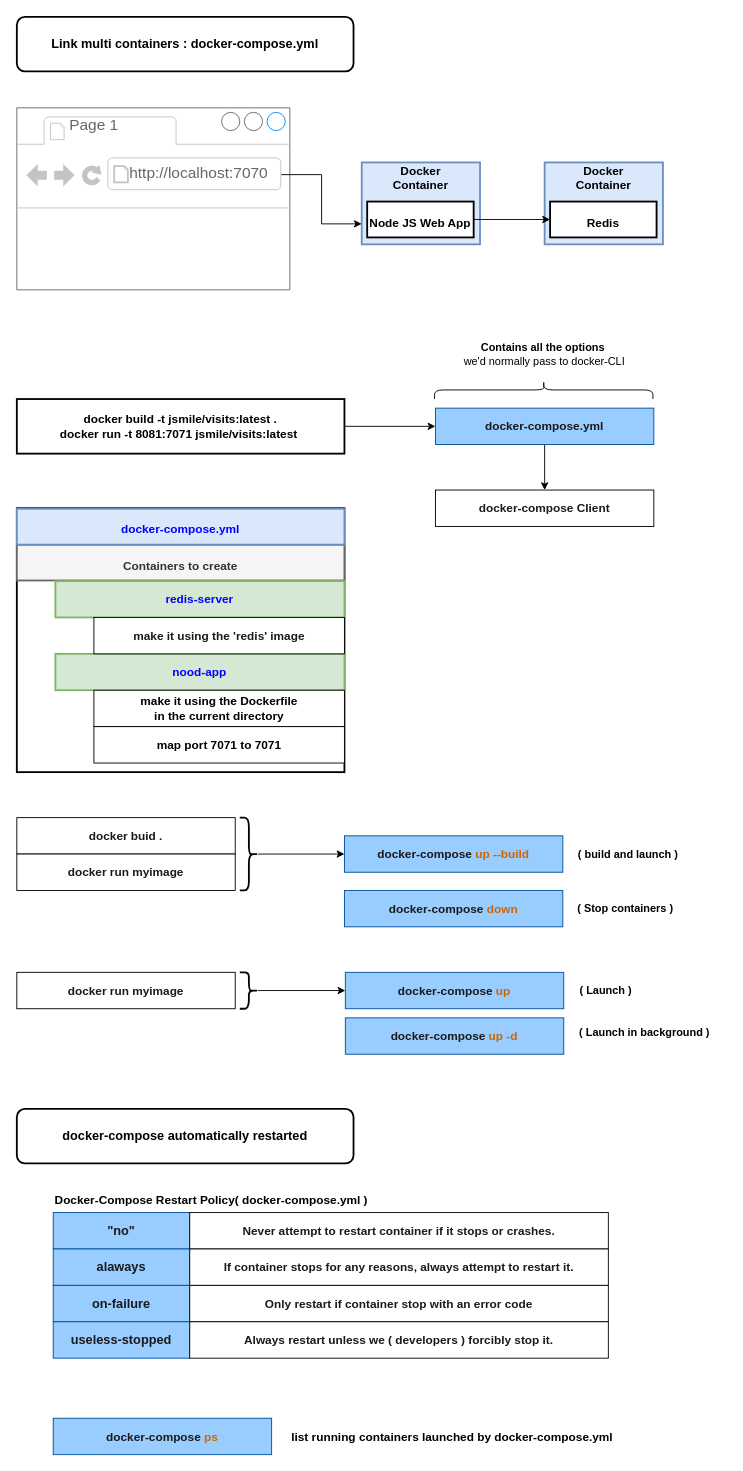
jsmile/docker-kubernetes keeps this draw.io diagram as 4_link-two-containers.drawio. Above is the earlier version. Source tidied: cells renumbered, new cells numbered last; positions are measured from the earlier drawing's top-left corner, leaving out a move shared by most shapes. Both pictures are drawn from the tidied source at 91%, with x=0, y=0 at pixel (16, 16).
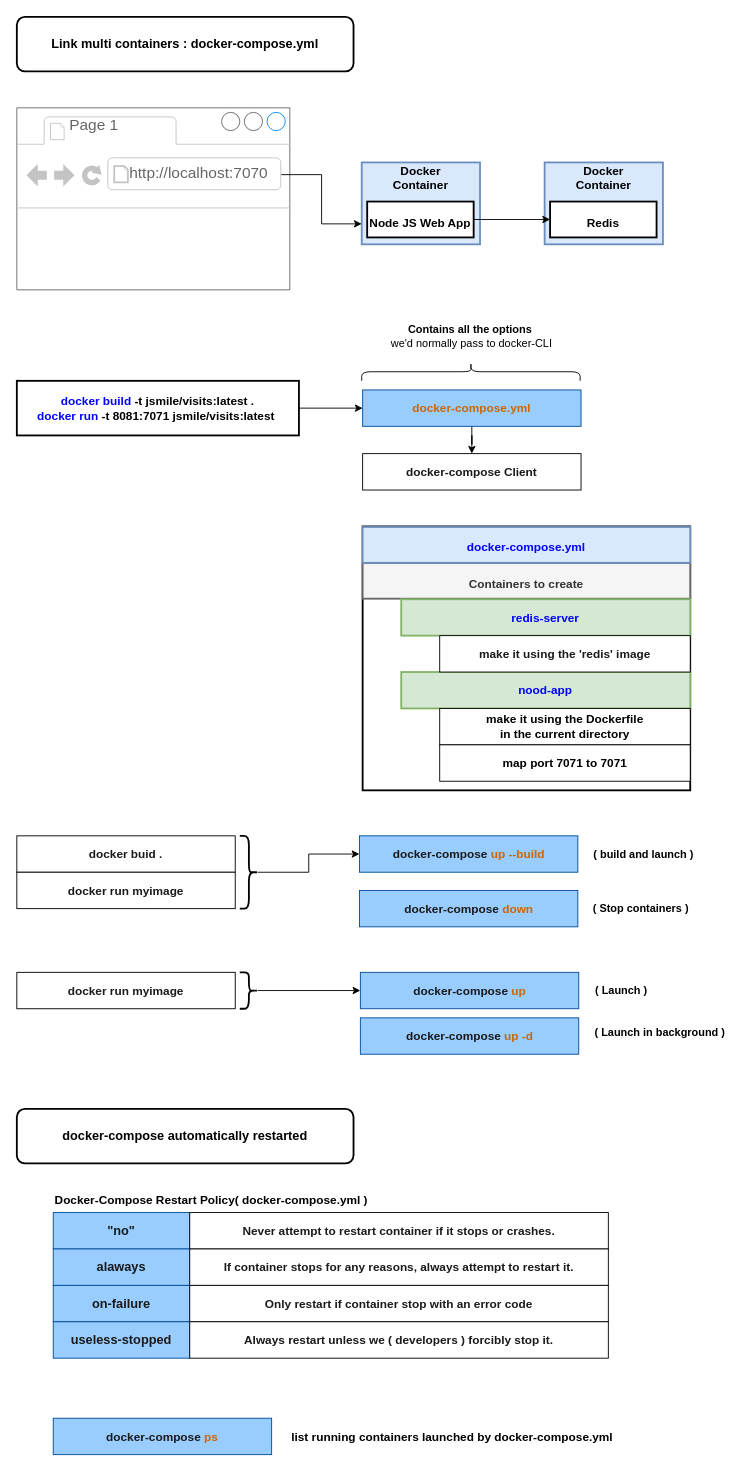
After the change.

The change refers to these unchanged cells:
```xml
<mxCell id="36" style="group;" parent="1" vertex="1">
  <mxGeometry y="1050" width="765" height="90" as="geometry" />
</mxCell>
```

Diff of the diagram source:
```diff
@@
-    <mxCell id="21" value="docker build -t jsmile/visits:latest .&lt;br style=&quot;font-size: 13px&quot;&gt;docker run -t 8081:7071 jsmile/visits:latest&amp;nbsp;" style="rounded=0;whiteSpace=wrap;html=1;strokeWidth=2;fontSize=13;fontStyle=1;" parent="1" vertex="1">
-      <mxGeometry y="420" width="360" height="60" as="geometry" />
+    <mxCell id="21" value="&lt;font color=&quot;#0000ff&quot;&gt;docker build&lt;/font&gt; -t jsmile/visits:latest .&lt;br style=&quot;font-size: 13px&quot;&gt;&lt;font color=&quot;#0000ff&quot;&gt;docker run&lt;/font&gt; -t 8081:7071 jsmile/visits:latest&amp;nbsp;" style="rounded=0;whiteSpace=wrap;html=1;strokeWidth=2;fontSize=13;fontStyle=1;" parent="1" vertex="1">
+      <mxGeometry y="400" width="310" height="60" as="geometry" />
     </mxCell>
@@
-    <mxCell id="23" value="&lt;h3 style=&quot;font-size: 13px;&quot;&gt;&lt;font color=&quot;#1a1a1a&quot; style=&quot;font-size: 13px;&quot;&gt;docker-compose.yml&lt;/font&gt;&lt;/h3&gt;" style="rounded=0;whiteSpace=wrap;html=1;fillColor=#99CCFF;strokeColor=#004C99;fontSize=13;" parent="1" vertex="1">
-      <mxGeometry x="460" y="430" width="240" height="40" as="geometry" />
+    <mxCell id="23" value="&lt;h3 style=&quot;font-size: 13px&quot;&gt;&lt;font style=&quot;font-size: 13px&quot; color=&quot;#cc6600&quot;&gt;docker-compose.yml&lt;/font&gt;&lt;/h3&gt;" style="rounded=0;whiteSpace=wrap;html=1;fillColor=#99CCFF;strokeColor=#004C99;fontSize=13;" parent="1" vertex="1">
+      <mxGeometry x="380" y="410" width="240" height="40" as="geometry" />
     </mxCell>
     <mxCell id="24" value="&lt;h3 style=&quot;font-size: 13px&quot;&gt;&lt;font color=&quot;#1a1a1a&quot;&gt;docker-compose Client&lt;/font&gt;&lt;/h3&gt;" style="rounded=0;whiteSpace=wrap;html=1;fontSize=13;" parent="1" vertex="1">
-      <mxGeometry x="460" y="520" width="240" height="40" as="geometry" />
+      <mxGeometry x="380" y="480" width="240" height="40" as="geometry" />
     </mxCell>
     <mxCell id="25" style="shape=curlyBracket;whiteSpace=wrap;html=1;rounded=1;fontSize=13;rotation=90;" parent="1" vertex="1">
-      <mxGeometry x="569" y="290" width="20" height="240" as="geometry" />
+      <mxGeometry x="489" y="270" width="20" height="240" as="geometry" />
     </mxCell>
     <mxCell id="26" value="&lt;b&gt;Contains all the options&amp;nbsp;&lt;br&gt;&lt;/b&gt;we'd normally pass to docker-CLI" style="text;html=1;strokeColor=none;fillColor=none;align=center;verticalAlign=middle;whiteSpace=wrap;rounded=0;" parent="1" vertex="1">
-      <mxGeometry x="487" y="350" width="186" height="41" as="geometry" />
+      <mxGeometry x="407" y="330" width="186" height="41" as="geometry" />
     </mxCell>
     <mxCell id="27" style="group;fillColor=#f5f5f5;strokeColor=#666666;fontColor=#333333;" parent="1" vertex="1">
-      <mxGeometry y="540" width="360" height="290" as="geometry" />
+      <mxGeometry x="380" y="560" width="360" height="290" as="geometry" />
     </mxCell>
@@
     <mxCell id="38" value="&lt;h3 style=&quot;font-size: 13px&quot;&gt;&lt;font color=&quot;#1a1a1a&quot; style=&quot;font-size: 13px&quot;&gt;docker-compose &lt;/font&gt;&lt;font style=&quot;font-size: 13px&quot; color=&quot;#cc6600&quot;&gt;up&lt;/font&gt;&lt;/h3&gt;" style="rounded=0;whiteSpace=wrap;html=1;fillColor=#99CCFF;strokeColor=#004C99;fontSize=13;" parent="36" vertex="1">
-      <mxGeometry x="361" width="240" height="40" as="geometry" />
+      <mxGeometry x="377.5" width="240" height="40" as="geometry" />
     </mxCell>
@@
     <mxCell id="41" value="&lt;h3 style=&quot;font-size: 13px&quot;&gt;&lt;font color=&quot;#1a1a1a&quot; style=&quot;font-size: 13px&quot;&gt;docker-compose &lt;/font&gt;&lt;font color=&quot;#cc6600&quot;&gt;&lt;font style=&quot;font-size: 13px&quot;&gt;up &lt;/font&gt;&lt;font style=&quot;font-size: 13px&quot;&gt;-d&lt;/font&gt;&lt;/font&gt;&lt;/h3&gt;" style="rounded=0;whiteSpace=wrap;html=1;fillColor=#99CCFF;strokeColor=#004C99;fontSize=13;" parent="36" vertex="1">
-      <mxGeometry x="361" y="50" width="240" height="40" as="geometry" />
+      <mxGeometry x="377.5" y="50" width="240" height="40" as="geometry" />
     </mxCell>
     <mxCell id="42" value="&lt;b&gt;( Launch in background )&lt;/b&gt;" style="text;html=1;strokeColor=none;fillColor=none;align=center;verticalAlign=middle;whiteSpace=wrap;rounded=0;" parent="36" vertex="1">
-      <mxGeometry x="615" y="46" width="150" height="41" as="geometry" />
+      <mxGeometry x="631.5" y="46" width="150" height="41" as="geometry" />
     </mxCell>
     <mxCell id="43" value="&lt;b&gt;( Launch )&lt;/b&gt;" style="text;html=1;strokeColor=none;fillColor=none;align=center;verticalAlign=middle;whiteSpace=wrap;rounded=0;" parent="36" vertex="1">
-      <mxGeometry x="615" y="-1" width="65" height="41" as="geometry" />
+      <mxGeometry x="631.5" y="-1" width="65" height="41" as="geometry" />
     </mxCell>
     <mxCell id="44" value="&lt;h3 style=&quot;font-size: 13px&quot;&gt;&lt;font color=&quot;#1a1a1a&quot;&gt;docker buid .&lt;/font&gt;&lt;/h3&gt;" style="rounded=0;whiteSpace=wrap;html=1;fontSize=13;" parent="1" vertex="1">
-      <mxGeometry y="880" width="240" height="40" as="geometry" />
+      <mxGeometry y="900" width="240" height="40" as="geometry" />
     </mxCell>
     <mxCell id="45" value="&lt;h3 style=&quot;font-size: 13px&quot;&gt;&lt;font color=&quot;#1a1a1a&quot;&gt;docker run myimage&lt;/font&gt;&lt;/h3&gt;" style="rounded=0;whiteSpace=wrap;html=1;fontSize=13;" parent="1" vertex="1">
-      <mxGeometry y="920" width="240" height="40" as="geometry" />
+      <mxGeometry y="940" width="240" height="40" as="geometry" />
     </mxCell>
     <mxCell id="46" style="shape=curlyBracket;whiteSpace=wrap;html=1;rounded=1;strokeWidth=2;fontSize=13;fontColor=#009900;rotation=-180;" parent="1" vertex="1">
-      <mxGeometry x="245" y="880" width="20" height="80" as="geometry" />
+      <mxGeometry x="245" y="900" width="20" height="80" as="geometry" />
     </mxCell>
     <mxCell id="47" value="&lt;h3 style=&quot;font-size: 13px&quot;&gt;&lt;font color=&quot;#1a1a1a&quot; style=&quot;font-size: 13px&quot;&gt;docker-compose &lt;/font&gt;&lt;font color=&quot;#cc6600&quot;&gt;&lt;font style=&quot;font-size: 13px&quot;&gt;up &lt;/font&gt;&lt;font style=&quot;font-size: 13px&quot;&gt;--build&lt;/font&gt;&lt;/font&gt;&lt;/h3&gt;" style="rounded=0;whiteSpace=wrap;html=1;fillColor=#99CCFF;strokeColor=#004C99;fontSize=13;" parent="1" vertex="1">
-      <mxGeometry x="360" y="900" width="240" height="40" as="geometry" />
+      <mxGeometry x="376.5" y="900" width="240" height="40" as="geometry" />
     </mxCell>
@@
     <mxCell id="49" value="&lt;h3 style=&quot;font-size: 13px&quot;&gt;&lt;font color=&quot;#1a1a1a&quot; style=&quot;font-size: 13px&quot;&gt;docker-compose &lt;/font&gt;&lt;font style=&quot;font-size: 13px&quot; color=&quot;#cc6600&quot;&gt;down&lt;/font&gt;&lt;/h3&gt;" style="rounded=0;whiteSpace=wrap;html=1;fillColor=#99CCFF;strokeColor=#004C99;fontSize=13;" parent="1" vertex="1">
-      <mxGeometry x="360" y="960" width="240" height="40" as="geometry" />
+      <mxGeometry x="376.5" y="960" width="240" height="40" as="geometry" />
     </mxCell>
     <mxCell id="50" value="&lt;b&gt;( Stop containers )&lt;/b&gt;" style="text;html=1;strokeColor=none;fillColor=none;align=center;verticalAlign=middle;whiteSpace=wrap;rounded=0;" parent="1" vertex="1">
-      <mxGeometry x="614" y="959" width="110" height="41" as="geometry" />
+      <mxGeometry x="630.5" y="959" width="110" height="41" as="geometry" />
     </mxCell>
     <mxCell id="51" value="&lt;b&gt;( build and launch )&lt;/b&gt;" style="text;html=1;strokeColor=none;fillColor=none;align=center;verticalAlign=middle;whiteSpace=wrap;rounded=0;" parent="1" vertex="1">
-      <mxGeometry x="614" y="900" width="116" height="41" as="geometry" />
+      <mxGeometry x="630.5" y="900" width="116" height="41" as="geometry" />
     </mxCell>
```
